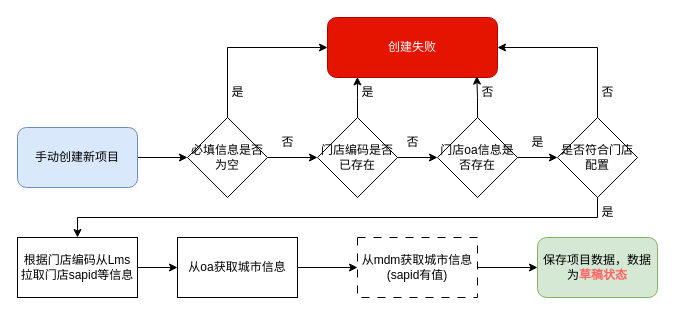
The draw.io diagram .settings/未命名绘图.drawio in hnzhouzhoujay/start2016, before the edit. Source tidied: cells renumbered, new cells numbered last; positions are measured from the earlier drawing's top-left corner, leaving out a move shared by most shapes. Both pictures are drawn from the tidied source at 100%, with x=0, y=0 at pixel (17, 17).
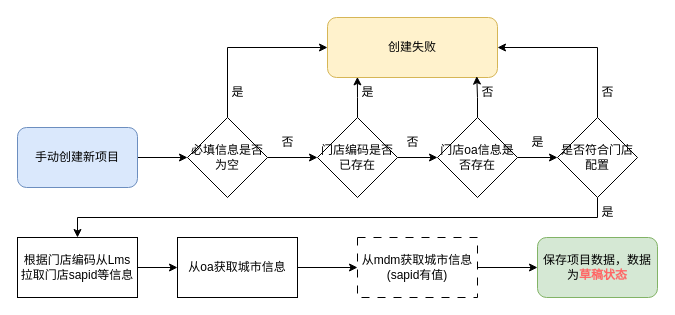
Above is the later version.

Commit message:
手动新增项目流程图.drawio

The edit, as a diff of the source:
```diff
@@
-    <mxCell id="14" value="创建失败" style="whiteSpace=wrap;html=1;rounded=1;fillColor=#e51400;fontColor=#ffffff;strokeColor=#B20000;" parent="1" vertex="1">
+    <mxCell id="14" value="创建失败" style="whiteSpace=wrap;html=1;rounded=1;fillColor=#fff2cc;strokeColor=#d6b656;" parent="1" vertex="1">
       <mxGeometry x="310" width="170" height="60" as="geometry" />
     </mxCell>
```
